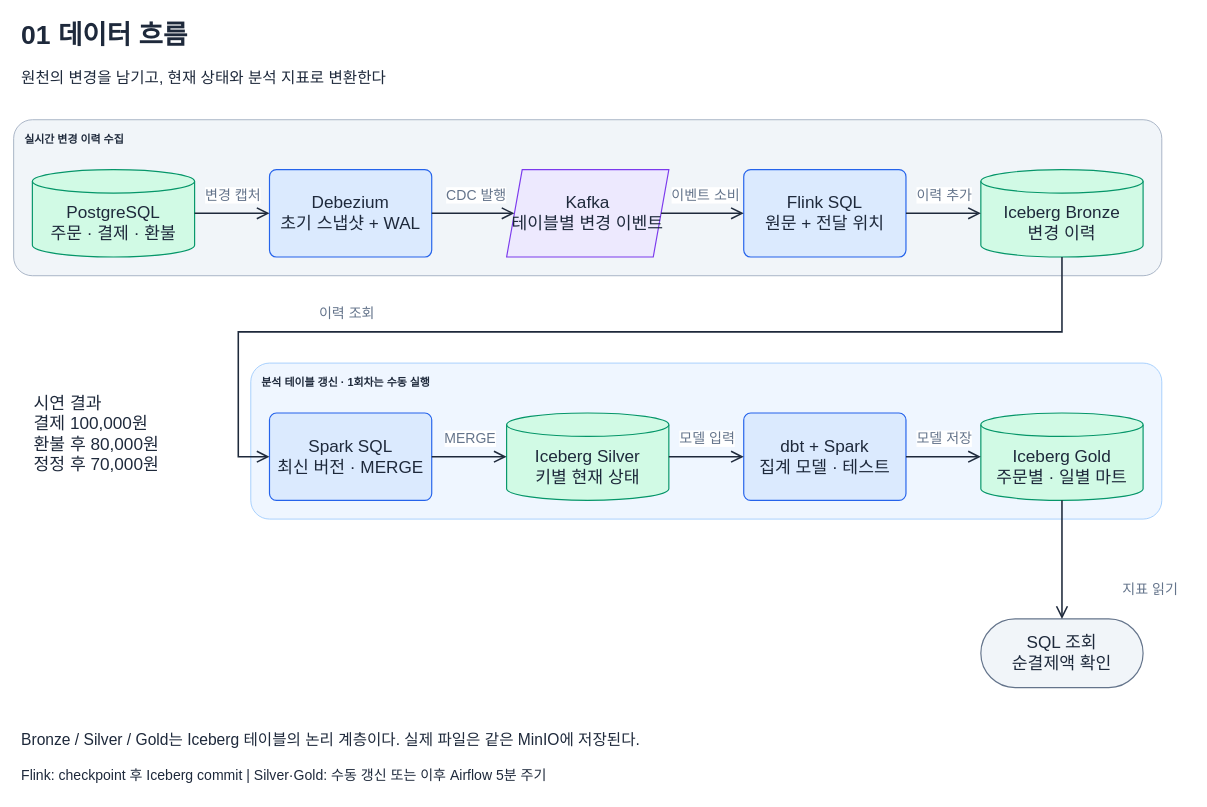
Earlier version of the draw.io diagram docs/diagrams/01-data-flow.drawio (kim-dabin/cdc-lakehouse-study). Source tidied: cells renumbered, new cells numbered last; positions are measured from the earlier drawing's top-left corner, leaving out a move shared by most shapes. Both pictures are drawn from the tidied source at 78%, with x=0, y=0 at pixel (13, 13).
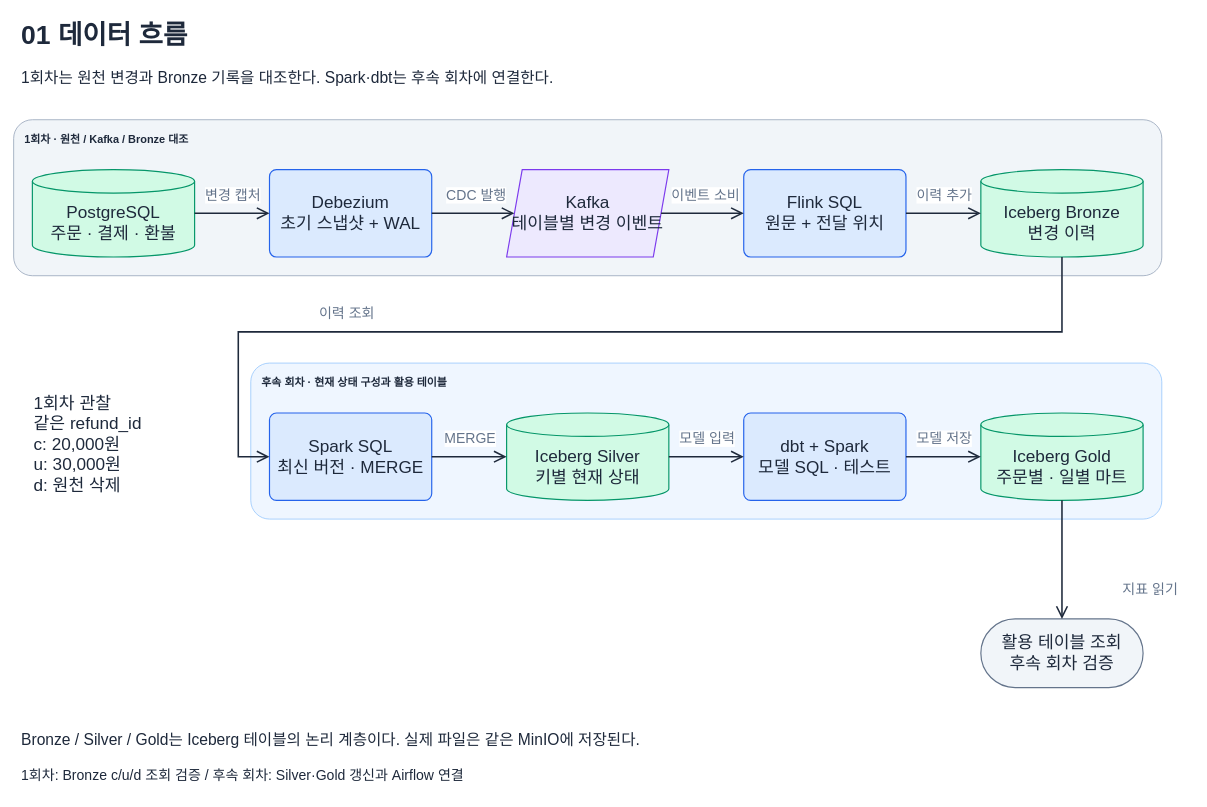
The same diagram, later.

Change to the diagram source:
```diff
@@
-    <mxCell id="2" value="실시간 변경 이력 수집" style="rounded=1;arcSize=12;html=1;whiteSpace=wrap;fillColor=#F1F5F9;strokeColor=#94A3B8;strokeWidth=1;fontColor=#1E293B;fontSize=14;fontFamily=Arial;fontStyle=1;verticalAlign=top;align=left;spacingLeft=12;spacingTop=10;" parent="1" vertex="1">
+    <mxCell id="2" value="1회차 · 원천 / Kafka / Bronze 대조" style="rounded=1;arcSize=12;html=1;whiteSpace=wrap;fillColor=#F1F5F9;strokeColor=#94A3B8;strokeWidth=1;fontColor=#1E293B;fontSize=14;fontFamily=Arial;fontStyle=1;verticalAlign=top;align=left;spacingLeft=12;spacingTop=10;" parent="1" vertex="1">
       <mxGeometry y="136" width="1472" height="200" as="geometry" />
     </mxCell>
-    <mxCell id="3" value="분석 테이블 갱신 · 1회차는 수동 실행" style="rounded=1;arcSize=12;html=1;whiteSpace=wrap;fillColor=#EFF6FF;strokeColor=#93C5FD;strokeWidth=1;fontColor=#1E293B;fontSize=14;fontFamily=Arial;fontStyle=1;verticalAlign=top;align=left;spacingLeft=12;spacingTop=10;" parent="1" vertex="1">
+    <mxCell id="3" value="후속 회차 · 현재 상태 구성과 활용 테이블" style="rounded=1;arcSize=12;html=1;whiteSpace=wrap;fillColor=#EFF6FF;strokeColor=#93C5FD;strokeWidth=1;fontColor=#1E293B;fontSize=14;fontFamily=Arial;fontStyle=1;verticalAlign=top;align=left;spacingLeft=12;spacingTop=10;" parent="1" vertex="1">
       <mxGeometry x="304" y="448" width="1168" height="200" as="geometry" />
     </mxCell>
@@
-    <mxCell id="5" value="원천의 변경을 남기고, 현재 상태와 분석 지표로 변환한다" style="text;html=1;whiteSpace=wrap;labelBackgroundColor=none;fillColor=none;strokeColor=none;strokeWidth=0;fontColor=#1E293B;fontSize=20;fontFamily=Arial;align=left;verticalAlign=top;" parent="1" vertex="1">
+    <mxCell id="5" value="1회차는 원천 변경과 Bronze 기록을 대조한다. Spark·dbt는 후속 회차에 연결한다." style="text;html=1;whiteSpace=wrap;labelBackgroundColor=none;fillColor=none;strokeColor=none;strokeWidth=0;fontColor=#1E293B;fontSize=20;fontFamily=Arial;align=left;verticalAlign=top;" parent="1" vertex="1">
       <mxGeometry x="8" y="64" width="1504" height="48" as="geometry" />
     </mxCell>
@@
-    <mxCell id="13" value="dbt + Spark&lt;br&gt;집계 모델 · 테스트" style="rounded=1;arcSize=8;html=1;whiteSpace=wrap;fillColor=#DBEAFE;strokeColor=#2563EB;strokeWidth=1.5;fontColor=#1E293B;fontSize=22;fontFamily=Arial;verticalAlign=middle;align=center;" parent="3" vertex="1">
+    <mxCell id="13" value="dbt + Spark&lt;br&gt;모델 SQL · 테스트" style="rounded=1;arcSize=8;html=1;whiteSpace=wrap;fillColor=#DBEAFE;strokeColor=#2563EB;strokeWidth=1.5;fontColor=#1E293B;fontSize=22;fontFamily=Arial;verticalAlign=middle;align=center;" parent="3" vertex="1">
       <mxGeometry x="632" y="64" width="208" height="112" as="geometry" />
     </mxCell>
@@
-    <mxCell id="15" value="SQL 조회&lt;br&gt;순결제액 확인" style="rounded=1;arcSize=50;html=1;whiteSpace=wrap;fillColor=#F1F5F9;strokeColor=#64748B;strokeWidth=1.5;fontColor=#1E293B;fontSize=22;fontFamily=Arial;verticalAlign=middle;align=center;" parent="1" vertex="1">
+    <mxCell id="15" value="활용 테이블 조회&lt;br&gt;후속 회차 검증" style="rounded=1;arcSize=50;html=1;whiteSpace=wrap;fillColor=#F1F5F9;strokeColor=#64748B;strokeWidth=1.5;fontColor=#1E293B;fontSize=22;fontFamily=Arial;verticalAlign=middle;align=center;" parent="1" vertex="1">
       <mxGeometry x="1240" y="776" width="208" height="88" as="geometry" />
     </mxCell>
-    <mxCell id="16" value="시연 결과&lt;br&gt;결제 100,000원&lt;br&gt;환불 후 80,000원&lt;br&gt;정정 후 70,000원" style="text;html=1;whiteSpace=wrap;labelBackgroundColor=none;fillColor=none;strokeColor=none;strokeWidth=0;fontColor=#1E293B;fontSize=22;fontFamily=Arial;align=left;verticalAlign=top;" parent="1" vertex="1">
+    <mxCell id="16" value="1회차 관찰&lt;br&gt;같은 refund_id&lt;br&gt;c: 20,000원&lt;br&gt;u: 30,000원&lt;br&gt;d: 원천 삭제" style="text;html=1;whiteSpace=wrap;labelBackgroundColor=none;fillColor=none;strokeColor=none;strokeWidth=0;fontColor=#1E293B;fontSize=22;fontFamily=Arial;align=left;verticalAlign=top;" parent="1" vertex="1">
       <mxGeometry x="24" y="480" width="256" height="192" as="geometry" />
     </mxCell>
@@
-    <mxCell id="18" value="Flink: checkpoint 후 Iceberg commit  |  Silver·Gold: 수동 갱신 또는 이후 Airflow 5분 주기" style="text;html=1;whiteSpace=wrap;labelBackgroundColor=none;fillColor=none;strokeColor=none;strokeWidth=0;fontColor=#1E293B;fontSize=18;fontFamily=Arial;align=left;verticalAlign=top;" parent="1" vertex="1">
+    <mxCell id="18" value="1회차: Bronze c/u/d 조회 검증  /  후속 회차: Silver·Gold 갱신과 Airflow 연결" style="text;html=1;whiteSpace=wrap;labelBackgroundColor=none;fillColor=none;strokeColor=none;strokeWidth=0;fontColor=#1E293B;fontSize=18;fontFamily=Arial;align=left;verticalAlign=top;" parent="1" vertex="1">
       <mxGeometry x="8" y="960" width="1464" height="40" as="geometry" />
     </mxCell>
```
